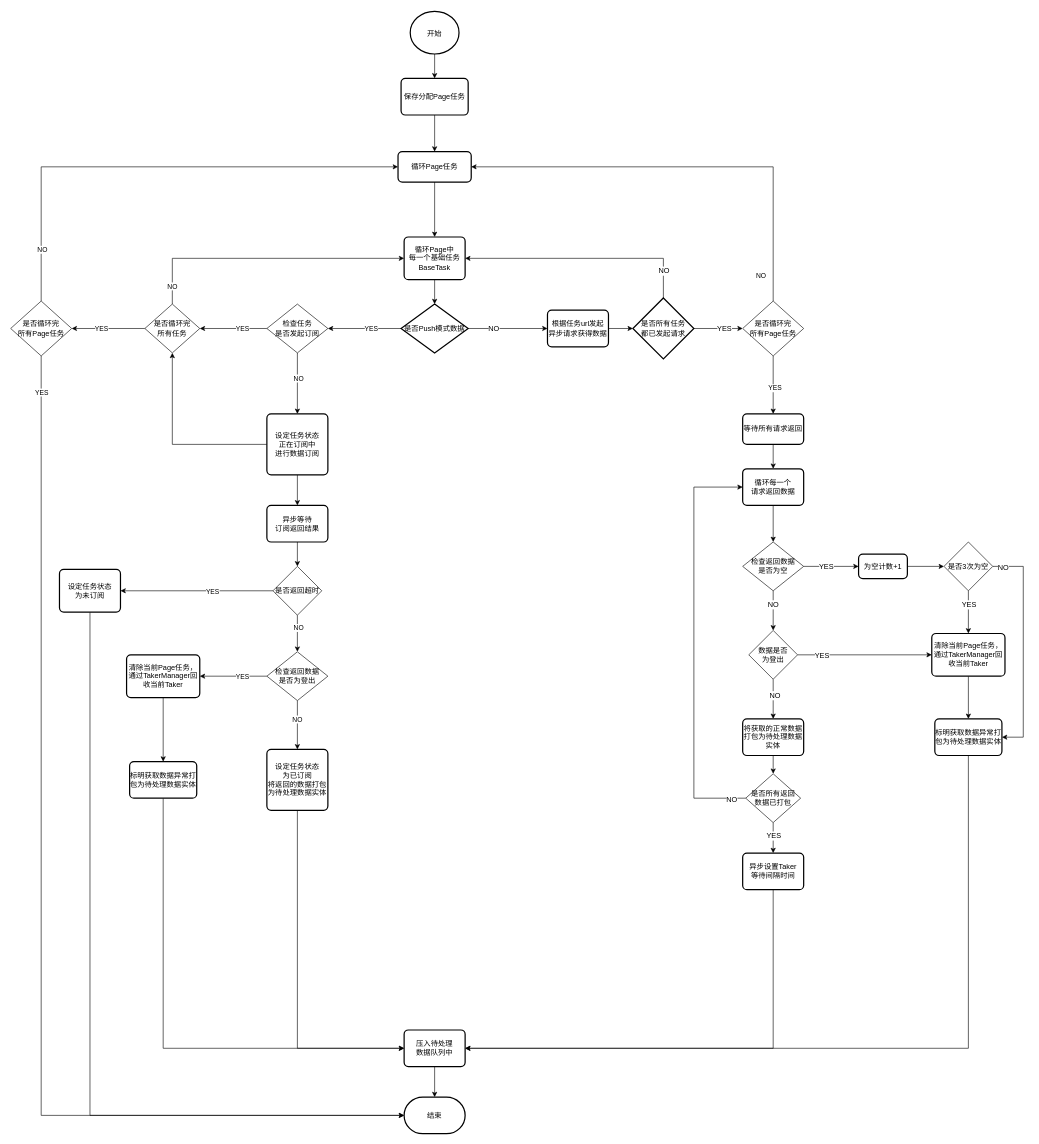
This is page "Taker采集数据流程" (2 of 9) of Designs.drawio from AugustusGao/CommonReptile, a draw.io file, before an edit. Source tidied: cells renumbered, new cells numbered last; positions are measured from the earlier drawing's top-left corner, leaving out a move shared by most shapes. Both pictures are drawn from the tidied source at 61%, with x=0, y=0 at pixel (10, 11).
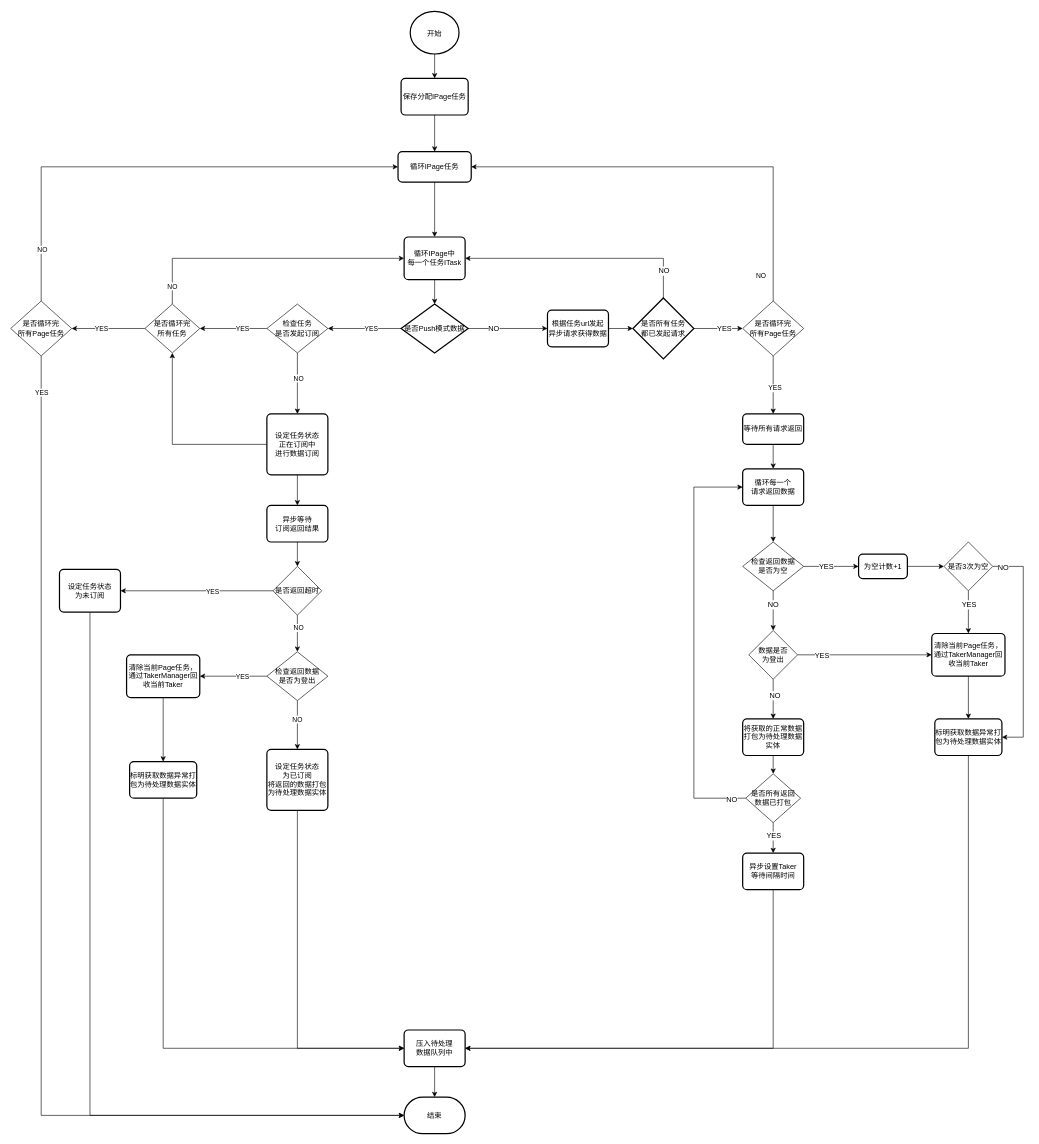
Above is the later version.

What changed in the source:
```diff
@@
-    <mxCell id="5" value="&lt;font style=&quot;font-size: 12px;&quot;&gt;保存分配Page任务&lt;/font&gt;" style="rounded=1;whiteSpace=wrap;html=1;absoluteArcSize=1;arcSize=14;strokeWidth=2;fontSize=12;" parent="1" vertex="1">
+    <mxCell id="5" value="保存分配IPage任务" style="rounded=1;whiteSpace=wrap;html=1;absoluteArcSize=1;arcSize=14;strokeWidth=2;fontSize=12;" parent="1" vertex="1">
       <mxGeometry x="640" y="110" width="110" height="60" as="geometry" />
     </mxCell>
@@
-    <mxCell id="7" value="循环Page中&lt;br&gt;每一个基础任务BaseTask" style="rounded=1;whiteSpace=wrap;html=1;absoluteArcSize=1;arcSize=14;strokeWidth=2;fontSize=12;" parent="1" vertex="1">
+    <mxCell id="7" value="循环IPage中&lt;br&gt;每一个任务ITask" style="rounded=1;whiteSpace=wrap;html=1;absoluteArcSize=1;arcSize=14;strokeWidth=2;fontSize=12;" parent="1" vertex="1">
       <mxGeometry x="645" y="370" width="100" height="70" as="geometry" />
     </mxCell>
@@
-    <mxCell id="93" value="循环Page任务" style="rounded=1;whiteSpace=wrap;html=1;absoluteArcSize=1;arcSize=14;strokeWidth=2;" parent="1" vertex="1">
+    <mxCell id="93" value="循环IPage任务" style="rounded=1;whiteSpace=wrap;html=1;absoluteArcSize=1;arcSize=14;strokeWidth=2;" parent="1" vertex="1">
       <mxGeometry x="635" y="230" width="120" height="50" as="geometry" />
     </mxCell>
```
